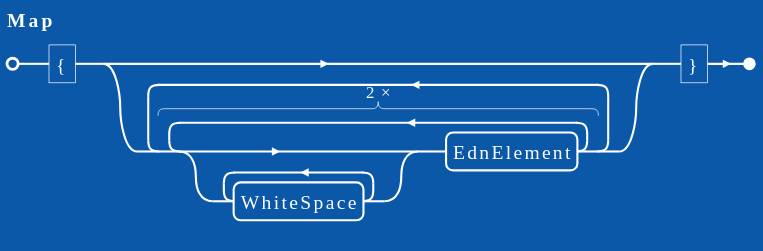
Before: docs/grammar/edn_maps_ebnf.svg, a diagram exported from PlantUML (DotFox/edn.c). Source of this version:
```plantuml
@startebnf
!theme amiga

Map = "{" , { 2 * ( { WhiteSpace } , EdnElement ) } , "}" ;
@endebnf
```
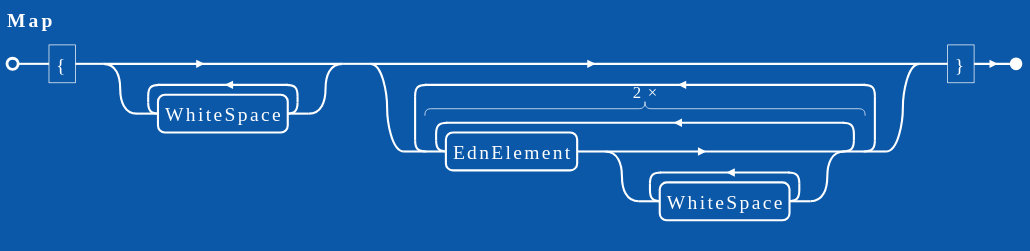
The same diagram one commit later.

Change to the diagram source:
```diff
@@ -1,5 +1,6 @@
 @startebnf
 !theme amiga
 
-Map = "{" , { 2 * ( { WhiteSpace } , EdnElement ) } , "}" ;
+Map = "{" , { WhiteSpace } , { 2 * ( EdnElement , { WhiteSpace } ) } , "}" ;
+
 @endebnf
```
